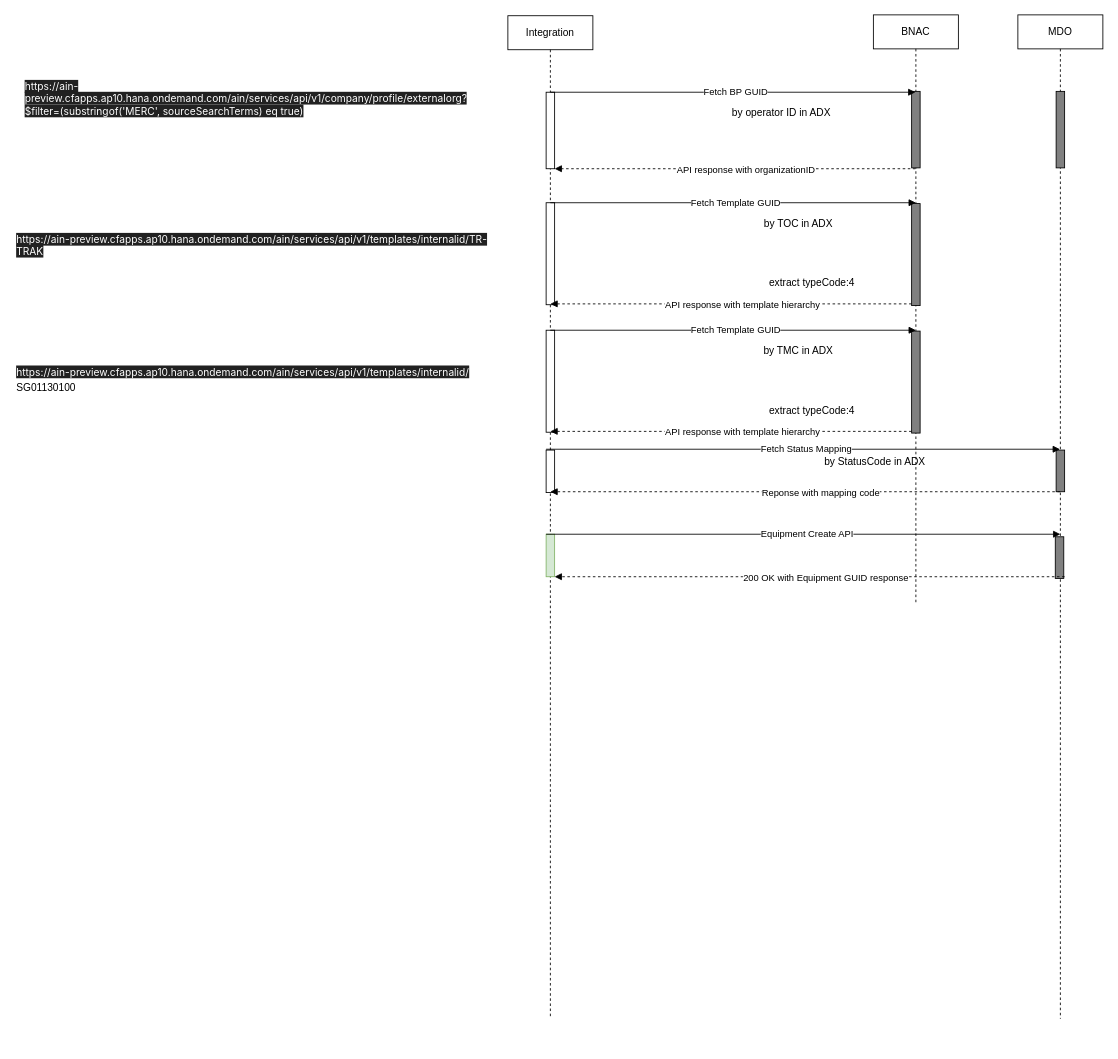
This is page "Equipment Creation" (1 of 2) of API sequence.drawio from MohdSaifz/geojsons, a draw.io file, before an edit. Source tidied: cells renumbered, new cells numbered last; positions are measured from the earlier drawing's top-left corner, leaving out a move shared by most shapes. Both pictures are drawn from the tidied source at 85%, with x=0, y=0 at pixel (14, 14).
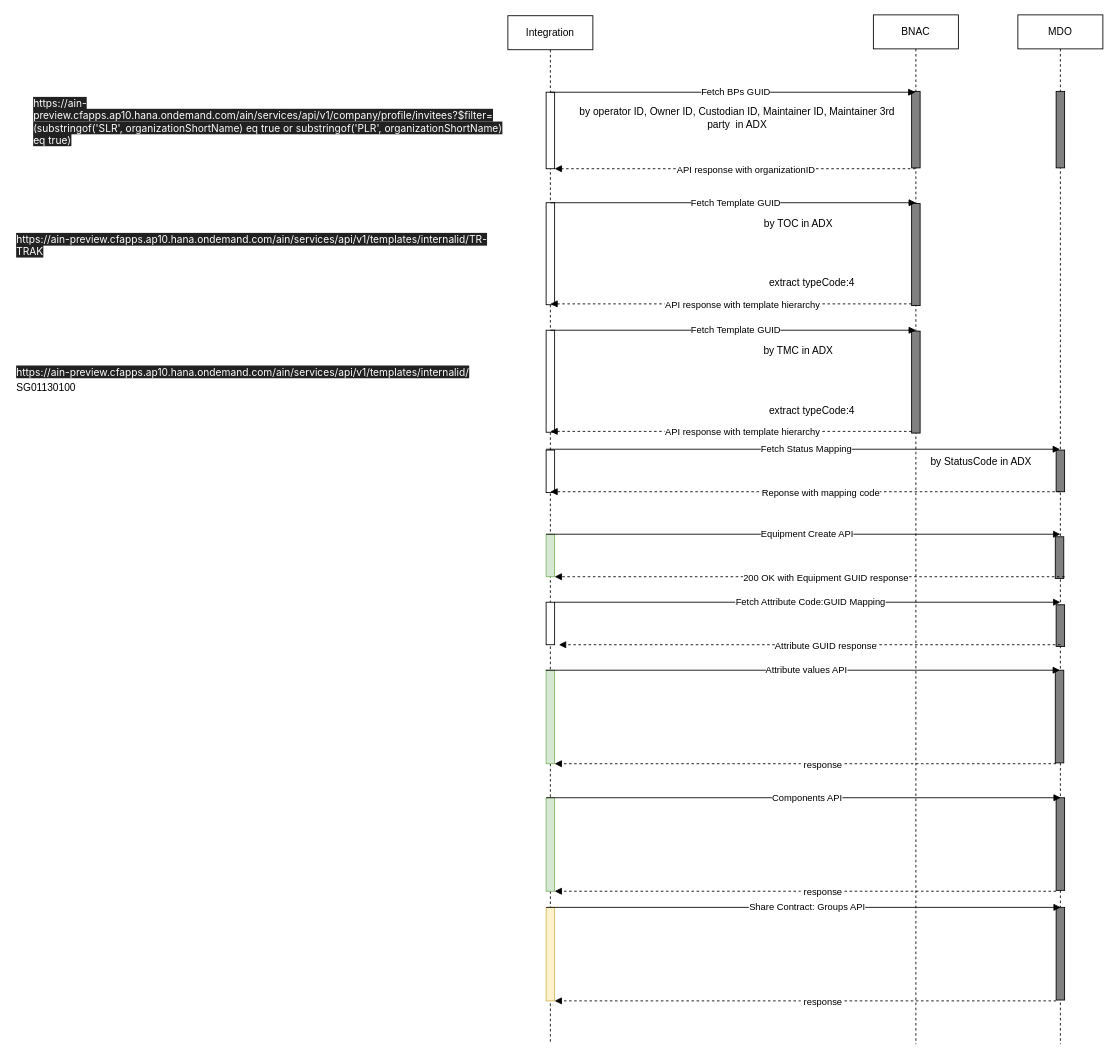
The same diagram, later.

The change refers to these unchanged cells:
```xml
<mxCell id="10" style="html=1;verticalAlign=bottom;labelBackgroundColor=none;endArrow=block;endFill=1;rounded=0;" parent="1" edge="1" target="2">
  <mxGeometry relative="1" as="geometry">
    <mxPoint x="630" y="91" as="sourcePoint" />
  </mxGeometry>
</mxCell>
```

Diff of the diagram source:
```diff
@@
     <mxCell id="2" value="BNAC" style="shape=umlLifeline;perimeter=lifelinePerimeter;whiteSpace=wrap;html=1;outlineConnect=0;portConstraint=eastwest;newEdgeStyle={&quot;edgeStyle&quot;:&quot;elbowEdgeStyle&quot;,&quot;elbow&quot;:&quot;vertical&quot;,&quot;curved&quot;:0,&quot;rounded&quot;:0};" parent="1" vertex="1">
-      <mxGeometry x="1010" width="100" height="691" as="geometry" />
+      <mxGeometry x="1010" width="100" height="1211" as="geometry" />
     </mxCell>
@@
     <mxCell id="5" value="Integration" style="shape=umlLifeline;perimeter=lifelinePerimeter;whiteSpace=wrap;html=1;newEdgeStyle={&quot;edgeStyle&quot;:&quot;elbowEdgeStyle&quot;,&quot;elbow&quot;:&quot;vertical&quot;,&quot;curved&quot;:0,&quot;rounded&quot;:0};" parent="1" vertex="1">
-      <mxGeometry x="580" y="1" width="100" height="1180" as="geometry" />
+      <mxGeometry x="580" y="1" width="100" height="1210" as="geometry" />
     </mxCell>
@@
+    <mxCell id="45" style="html=1;perimeter=orthogonalPerimeter;targetShapes=umlLifeline;newEdgeStyle={&quot;edgeStyle&quot;:&quot;elbowEdgeStyle&quot;,&quot;elbow&quot;:&quot;vertical&quot;,&quot;curved&quot;:0,&quot;rounded&quot;:0};" parent="5" vertex="1">
+      <mxGeometry x="45" y="690" width="10" height="50" as="geometry" />
+    </mxCell>
+    <mxCell id="46" style="html=1;perimeter=orthogonalPerimeter;targetShapes=umlLifeline;newEdgeStyle={&quot;edgeStyle&quot;:&quot;elbowEdgeStyle&quot;,&quot;elbow&quot;:&quot;vertical&quot;,&quot;curved&quot;:0,&quot;rounded&quot;:0};fillColor=#d5e8d4;strokeColor=#82b366;" parent="5" vertex="1">
+      <mxGeometry x="45" y="770" width="10" height="110" as="geometry" />
+    </mxCell>
+    <mxCell id="47" style="html=1;perimeter=orthogonalPerimeter;targetShapes=umlLifeline;newEdgeStyle={&quot;edgeStyle&quot;:&quot;elbowEdgeStyle&quot;,&quot;elbow&quot;:&quot;vertical&quot;,&quot;curved&quot;:0,&quot;rounded&quot;:0};fillColor=#d5e8d4;strokeColor=#82b366;" parent="5" vertex="1">
+      <mxGeometry x="45" y="920" width="10" height="110" as="geometry" />
+    </mxCell>
@@
-    <mxCell id="11" value="Fetch BP GUID" style="edgeLabel;html=1;align=center;verticalAlign=middle;" parent="10" vertex="1">
+    <mxCell id="11" value="Fetch BPs GUID" style="edgeLabel;html=1;align=center;verticalAlign=middle;" parent="10" vertex="1">
       <mxGeometry x="0.01" y="1" relative="1" as="geometry" />
     </mxCell>
@@
-    <mxCell id="14" value="&lt;span style=&quot;color: rgb(255, 255, 255); font-family: Inter, system-ui, -apple-system, system-ui, &amp;quot;Segoe UI&amp;quot;, Roboto, Oxygen, Ubuntu, Cantarell, &amp;quot;Fira Sans&amp;quot;, &amp;quot;Droid Sans&amp;quot;, Helvetica, Arial, sans-serif; font-size: 12px; font-style: normal; font-variant-ligatures: normal; font-variant-caps: normal; font-weight: 400; letter-spacing: normal; orphans: 2; text-align: left; text-indent: 0px; text-transform: none; widows: 2; word-spacing: 0px; -webkit-text-stroke-width: 0px; background-color: rgb(33, 33, 33); text-decoration-thickness: initial; text-decoration-style: initial; text-decoration-color: initial; float: none; display: inline !important;&quot;&gt;https://ain-preview.cfapps.ap10.hana.ondemand.com/ain/services/api/v1/company/profile/externalorg?$filter=(substringof('MERC', sourceSearchTerms) eq true)&lt;/span&gt;" style="text;whiteSpace=wrap;html=1;" parent="1" vertex="1">
-      <mxGeometry x="10" y="71" width="460" height="60" as="geometry" />
-    </mxCell>
@@
-    <mxCell id="17" value="by operator ID in ADX" style="text;html=1;strokeColor=none;fillColor=none;align=center;verticalAlign=middle;whiteSpace=wrap;rounded=0;" parent="1" vertex="1">
-      <mxGeometry x="830" y="101" width="144" height="30" as="geometry" />
+    <mxCell id="17" value="by operator ID, Owner ID, Custodian ID, Maintainer ID, Maintainer 3rd party&amp;nbsp; in ADX" style="text;html=1;strokeColor=none;fillColor=none;align=center;verticalAlign=middle;whiteSpace=wrap;rounded=0;" parent="1" vertex="1">
+      <mxGeometry x="660" y="111" width="380" height="20" as="geometry" />
     </mxCell>
@@
     <mxCell id="32" value="MDO" style="shape=umlLifeline;perimeter=lifelinePerimeter;whiteSpace=wrap;html=1;outlineConnect=0;portConstraint=eastwest;newEdgeStyle={&quot;edgeStyle&quot;:&quot;elbowEdgeStyle&quot;,&quot;elbow&quot;:&quot;vertical&quot;,&quot;curved&quot;:0,&quot;rounded&quot;:0};" parent="1" vertex="1">
-      <mxGeometry x="1180" width="100" height="1181" as="geometry" />
+      <mxGeometry x="1180" width="100" height="1211" as="geometry" />
     </mxCell>
@@
+    <mxCell id="48" style="html=1;perimeter=orthogonalPerimeter;targetShapes=umlLifeline;newEdgeStyle={&quot;edgeStyle&quot;:&quot;elbowEdgeStyle&quot;,&quot;elbow&quot;:&quot;vertical&quot;,&quot;curved&quot;:0,&quot;rounded&quot;:0};fillColor=#808080;" parent="32" vertex="1">
+      <mxGeometry x="45" y="694" width="10" height="49" as="geometry" />
+    </mxCell>
+    <mxCell id="49" style="html=1;perimeter=orthogonalPerimeter;targetShapes=umlLifeline;newEdgeStyle={&quot;edgeStyle&quot;:&quot;elbowEdgeStyle&quot;,&quot;elbow&quot;:&quot;vertical&quot;,&quot;curved&quot;:0,&quot;rounded&quot;:0};fillColor=#808080;" parent="32" vertex="1">
+      <mxGeometry x="44" y="771" width="10" height="109" as="geometry" />
+    </mxCell>
+    <mxCell id="50" style="html=1;perimeter=orthogonalPerimeter;targetShapes=umlLifeline;newEdgeStyle={&quot;edgeStyle&quot;:&quot;elbowEdgeStyle&quot;,&quot;elbow&quot;:&quot;vertical&quot;,&quot;curved&quot;:0,&quot;rounded&quot;:0};fillColor=#808080;" parent="32" vertex="1">
+      <mxGeometry x="45" y="921" width="10" height="109" as="geometry" />
+    </mxCell>
@@
     <mxCell id="40" value="by StatusCode in ADX" style="text;html=1;strokeColor=none;fillColor=none;align=center;verticalAlign=middle;whiteSpace=wrap;rounded=0;" parent="1" vertex="1">
-      <mxGeometry x="940" y="511" width="144" height="30" as="geometry" />
+      <mxGeometry x="1065" y="511" width="144" height="30" as="geometry" />
     </mxCell>
@@
+    <mxCell id="51" value="&lt;span style=&quot;color: rgb(255, 255, 255); font-family: Inter, system-ui, -apple-system, system-ui, &amp;quot;Segoe UI&amp;quot;, Roboto, Oxygen, Ubuntu, Cantarell, &amp;quot;Fira Sans&amp;quot;, &amp;quot;Droid Sans&amp;quot;, Helvetica, Arial, sans-serif; font-size: 12px; font-style: normal; font-variant-ligatures: normal; font-variant-caps: normal; font-weight: 400; letter-spacing: normal; orphans: 2; text-align: left; text-indent: 0px; text-transform: none; widows: 2; word-spacing: 0px; -webkit-text-stroke-width: 0px; background-color: rgb(33, 33, 33); text-decoration-thickness: initial; text-decoration-style: initial; text-decoration-color: initial; float: none; display: inline !important;&quot;&gt;https://ain-preview.cfapps.ap10.hana.ondemand.com/ain/services/api/v1/company/profile/invitees?$filter=(substringof('SLR', organizationShortName) eq true or substringof('PLR', organizationShortName) eq true)&lt;/span&gt;" style="text;whiteSpace=wrap;html=1;" parent="1" vertex="1">
+      <mxGeometry x="20" y="91" width="560" height="80" as="geometry" />
+    </mxCell>
+    <mxCell id="52" style="html=1;verticalAlign=bottom;labelBackgroundColor=none;endArrow=block;endFill=1;rounded=0;" parent="1" edge="1">
+      <mxGeometry relative="1" as="geometry">
+        <mxPoint x="635" y="691" as="sourcePoint" />
+        <mxPoint x="1230" y="691" as="targetPoint" />
+      </mxGeometry>
+    </mxCell>
+    <mxCell id="53" value="Fetch Attribute Code:GUID Mapping" style="edgeLabel;html=1;align=center;verticalAlign=middle;" parent="52" vertex="1">
+      <mxGeometry x="0.01" y="1" relative="1" as="geometry" />
+    </mxCell>
+    <mxCell id="54" style="html=1;verticalAlign=bottom;labelBackgroundColor=none;endArrow=block;endFill=1;dashed=1;rounded=0;" parent="1" edge="1">
+      <mxGeometry relative="1" as="geometry">
+        <mxPoint x="1230" y="741" as="sourcePoint" />
+        <mxPoint x="640" y="741" as="targetPoint" />
+      </mxGeometry>
+    </mxCell>
+    <mxCell id="55" value="Attribute GUID response" style="edgeLabel;html=1;align=center;verticalAlign=middle;" parent="54" vertex="1">
+      <mxGeometry x="-0.06" relative="1" as="geometry" />
+    </mxCell>
+    <mxCell id="56" style="html=1;verticalAlign=bottom;labelBackgroundColor=none;endArrow=block;endFill=1;rounded=0;" parent="1" edge="1" target="32">
+      <mxGeometry relative="1" as="geometry">
+        <mxPoint x="624.5" y="771" as="sourcePoint" />
+      </mxGeometry>
+    </mxCell>
+    <mxCell id="57" value="Attribute values API" style="edgeLabel;html=1;align=center;verticalAlign=middle;" parent="56" vertex="1">
+      <mxGeometry x="0.01" y="1" relative="1" as="geometry" />
+    </mxCell>
+    <mxCell id="58" style="html=1;verticalAlign=bottom;labelBackgroundColor=none;endArrow=block;endFill=1;dashed=1;rounded=0;" parent="1" edge="1">
+      <mxGeometry relative="1" as="geometry">
+        <mxPoint x="1225" y="881" as="sourcePoint" />
+        <mxPoint x="635" y="881" as="targetPoint" />
+      </mxGeometry>
+    </mxCell>
+    <mxCell id="59" value="&amp;nbsp;response" style="edgeLabel;html=1;align=center;verticalAlign=middle;" parent="58" vertex="1">
+      <mxGeometry x="-0.06" relative="1" as="geometry" />
+    </mxCell>
+    <mxCell id="60" style="html=1;verticalAlign=bottom;labelBackgroundColor=none;endArrow=block;endFill=1;rounded=0;" parent="1" edge="1">
+      <mxGeometry relative="1" as="geometry">
+        <mxPoint x="625" y="921" as="sourcePoint" />
+        <mxPoint x="1230.5" y="921" as="targetPoint" />
+      </mxGeometry>
+    </mxCell>
+    <mxCell id="61" value="Components API" style="edgeLabel;html=1;align=center;verticalAlign=middle;" parent="60" vertex="1">
+      <mxGeometry x="0.01" y="1" relative="1" as="geometry" />
+    </mxCell>
+    <mxCell id="62" style="html=1;verticalAlign=bottom;labelBackgroundColor=none;endArrow=block;endFill=1;dashed=1;rounded=0;" parent="1" edge="1">
+      <mxGeometry relative="1" as="geometry">
+        <mxPoint x="1225" y="1031" as="sourcePoint" />
+        <mxPoint x="635" y="1031" as="targetPoint" />
+      </mxGeometry>
+    </mxCell>
+    <mxCell id="63" value="&amp;nbsp;response" style="edgeLabel;html=1;align=center;verticalAlign=middle;" parent="62" vertex="1">
+      <mxGeometry x="-0.06" relative="1" as="geometry" />
+    </mxCell>
+    <mxCell id="64" style="html=1;perimeter=orthogonalPerimeter;targetShapes=umlLifeline;newEdgeStyle={&quot;edgeStyle&quot;:&quot;elbowEdgeStyle&quot;,&quot;elbow&quot;:&quot;vertical&quot;,&quot;curved&quot;:0,&quot;rounded&quot;:0};fillColor=#fff2cc;strokeColor=#d6b656;" parent="1" vertex="1">
+      <mxGeometry x="625" y="1050" width="10" height="110" as="geometry" />
+    </mxCell>
+    <mxCell id="65" style="html=1;perimeter=orthogonalPerimeter;targetShapes=umlLifeline;newEdgeStyle={&quot;edgeStyle&quot;:&quot;elbowEdgeStyle&quot;,&quot;elbow&quot;:&quot;vertical&quot;,&quot;curved&quot;:0,&quot;rounded&quot;:0};fillColor=#808080;" parent="1" vertex="1">
+      <mxGeometry x="1225" y="1050" width="10" height="109" as="geometry" />
+    </mxCell>
+    <mxCell id="66" style="html=1;verticalAlign=bottom;labelBackgroundColor=none;endArrow=block;endFill=1;rounded=0;" parent="1" edge="1">
+      <mxGeometry relative="1" as="geometry">
+        <mxPoint x="625" y="1050" as="sourcePoint" />
+        <mxPoint x="1230.5" y="1050" as="targetPoint" />
+      </mxGeometry>
+    </mxCell>
+    <mxCell id="67" value="Share Contract: Groups API" style="edgeLabel;html=1;align=center;verticalAlign=middle;" parent="66" vertex="1">
+      <mxGeometry x="0.01" y="1" relative="1" as="geometry" />
+    </mxCell>
+    <mxCell id="68" style="html=1;verticalAlign=bottom;labelBackgroundColor=none;endArrow=block;endFill=1;dashed=1;rounded=0;" parent="1" edge="1">
+      <mxGeometry relative="1" as="geometry">
+        <mxPoint x="1225" y="1160" as="sourcePoint" />
+        <mxPoint x="635" y="1160" as="targetPoint" />
+      </mxGeometry>
+    </mxCell>
+    <mxCell id="69" value="&amp;nbsp;response" style="edgeLabel;html=1;align=center;verticalAlign=middle;" parent="68" vertex="1">
+      <mxGeometry x="-0.06" relative="1" as="geometry" />
+    </mxCell>
```
